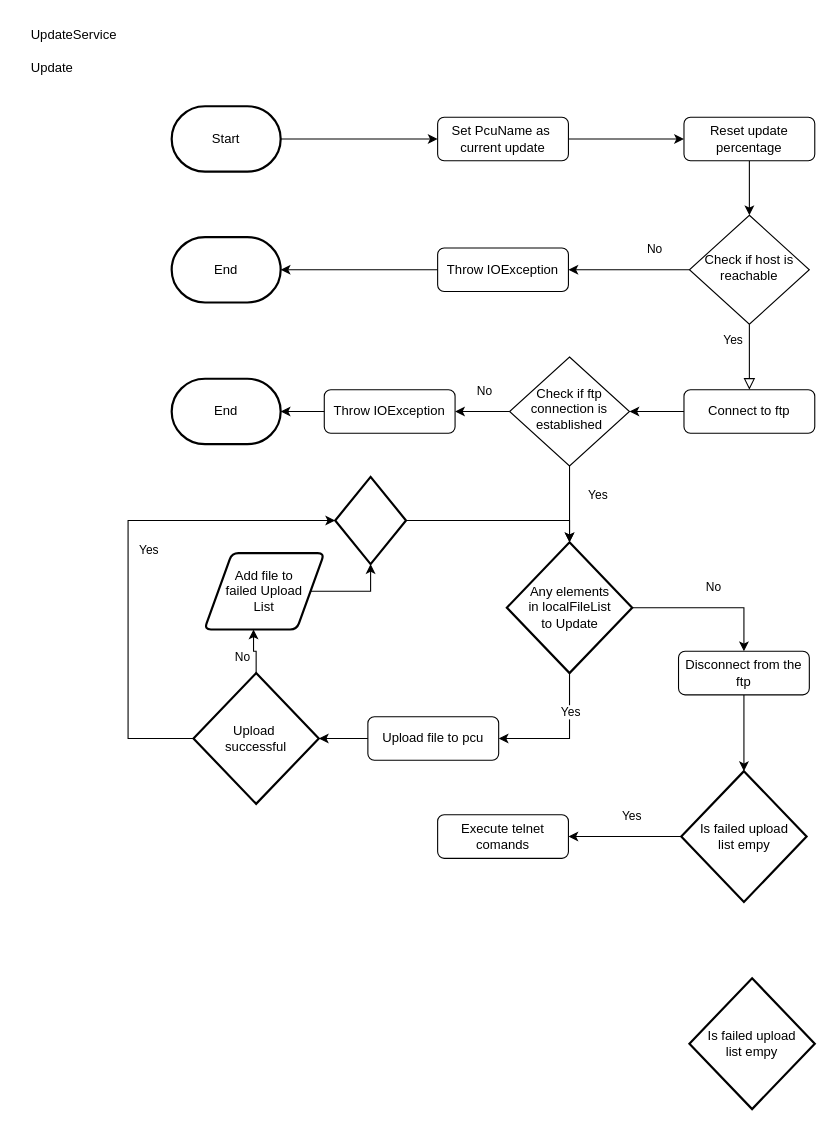
Earlier version of the draw.io diagram FlowChart/Update/Update.drawio (nicnike/Uml). Source tidied: cells renumbered, new cells numbered last; positions are measured from the earlier drawing's top-left corner, leaving out a move shared by most shapes. Both pictures are drawn from the tidied source at 109%, with x=0, y=0 at pixel (19, 19).
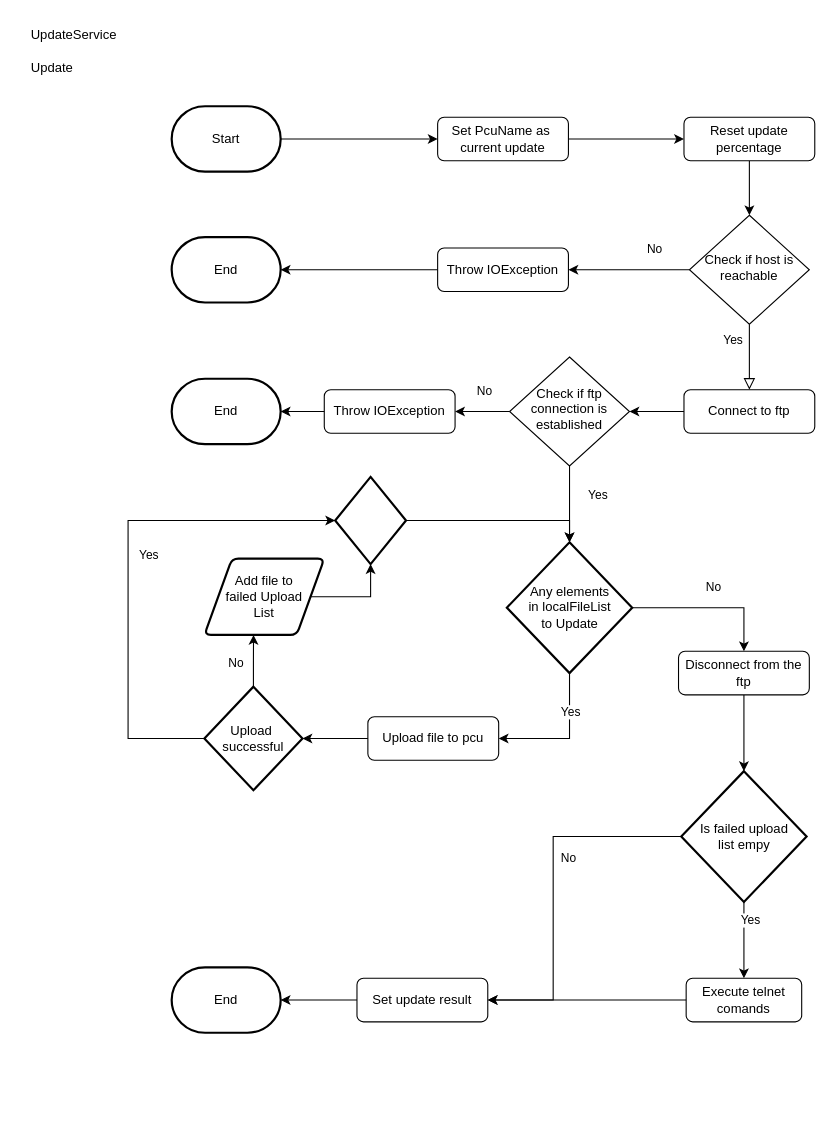
Above is the later version.

Unchanged cells that the change refers to:
```xml
<mxCell id="47" value="Is failed upload&lt;br&gt;list empy" style="strokeWidth=2;html=1;shape=mxgraph.flowchart.decision;whiteSpace=wrap;" parent="1" vertex="1">
  <mxGeometry x="607.5" y="690" width="115" height="120" as="geometry" />
</mxCell>
```

Change to the diagram source:
```diff
@@
     <mxCell id="37" value="&lt;div&gt;Upload&amp;nbsp;&lt;/div&gt;&lt;div&gt;successful&lt;/div&gt;" style="strokeWidth=2;html=1;shape=mxgraph.flowchart.decision;whiteSpace=wrap;" parent="1" vertex="1">
-      <mxGeometry x="160" y="600" width="115" height="120" as="geometry" />
+      <mxGeometry x="170" y="612.5" width="90" height="95" as="geometry" />
     </mxCell>
@@
     <mxCell id="41" value="&lt;div&gt;Add file to&lt;/div&gt;&lt;div&gt;failed Upload&lt;/div&gt;&lt;div&gt;List&lt;br&gt;&lt;/div&gt;" style="shape=parallelogram;html=1;strokeWidth=2;perimeter=parallelogramPerimeter;whiteSpace=wrap;rounded=1;arcSize=12;size=0.23;" parent="1" vertex="1">
-      <mxGeometry x="170" y="490" width="110" height="70" as="geometry" />
+      <mxGeometry x="170" y="495" width="110" height="70" as="geometry" />
     </mxCell>
@@
-    <mxCell id="45" style="edgeStyle=orthogonalEdgeStyle;rounded=0;jettySize=auto;html=1;entryX=1;entryY=0.5;entryDx=0;entryDy=0;" parent="1" edge="1" source="47" target="48">
+    <mxCell id="45" style="edgeStyle=orthogonalEdgeStyle;rounded=0;jettySize=auto;html=1;entryX=0.5;entryY=0;entryDx=0;entryDy=0;" parent="1" edge="1" source="47" target="48">
       <mxGeometry relative="1" as="geometry" />
     </mxCell>
@@
+    <mxCell id="50" style="edgeStyle=orthogonalEdgeStyle;rounded=0;jettySize=auto;html=1;entryX=1;entryY=0.5;entryDx=0;entryDy=0;" parent="1" edge="1" source="47" target="53">
+      <mxGeometry relative="1" as="geometry">
+        <Array as="points">
+          <mxPoint x="490" y="750" />
+          <mxPoint x="490" y="900" />
+        </Array>
+      </mxGeometry>
+    </mxCell>
+    <mxCell id="51" value="No" style="edgeLabel;html=1;align=center;verticalAlign=middle;" parent="50" vertex="1">
+      <mxGeometry x="-0.02" y="3" relative="1" as="geometry">
+        <mxPoint x="10" y="-23" as="offset" />
+      </mxGeometry>
+    </mxCell>
@@
     <mxCell id="48" value="Execute telnet comands" style="rounded=1;whiteSpace=wrap;html=1;fontSize=12;glass=0;strokeWidth=1;shadow=0;" parent="1" vertex="1">
-      <mxGeometry x="384" y="730" width="120" height="40" as="geometry" />
+      <mxGeometry x="612" y="880" width="106" height="40" as="geometry" />
     </mxCell>
-    <mxCell id="49" value="Is failed upload&lt;br&gt;list empy" style="strokeWidth=2;html=1;shape=mxgraph.flowchart.decision;whiteSpace=wrap;" parent="1" vertex="1">
-      <mxGeometry x="615" y="880" width="115" height="120" as="geometry" />
-    </mxCell>
+    <mxCell id="52" style="edgeStyle=orthogonalEdgeStyle;rounded=0;jettySize=auto;html=1;entryX=1;entryY=0.5;entryDx=0;entryDy=0;" parent="1" edge="1" source="48" target="53">
+      <mxGeometry relative="1" as="geometry" />
+    </mxCell>
+    <mxCell id="53" value="Set update result" style="rounded=1;whiteSpace=wrap;html=1;fontSize=12;glass=0;strokeWidth=1;shadow=0;" parent="1" vertex="1">
+      <mxGeometry x="310" y="880" width="120" height="40" as="geometry" />
+    </mxCell>
+    <mxCell id="54" value="End" style="strokeWidth=2;html=1;shape=mxgraph.flowchart.terminator;whiteSpace=wrap;" parent="1" vertex="1">
+      <mxGeometry x="140" y="870" width="100" height="60" as="geometry" />
+    </mxCell>
+    <mxCell id="55" style="edgeStyle=orthogonalEdgeStyle;rounded=0;jettySize=auto;html=1;entryX=1;entryY=0.5;entryDx=0;entryDy=0;entryPerimeter=0;" parent="1" edge="1" source="53" target="54">
+      <mxGeometry relative="1" as="geometry" />
+    </mxCell>
```
